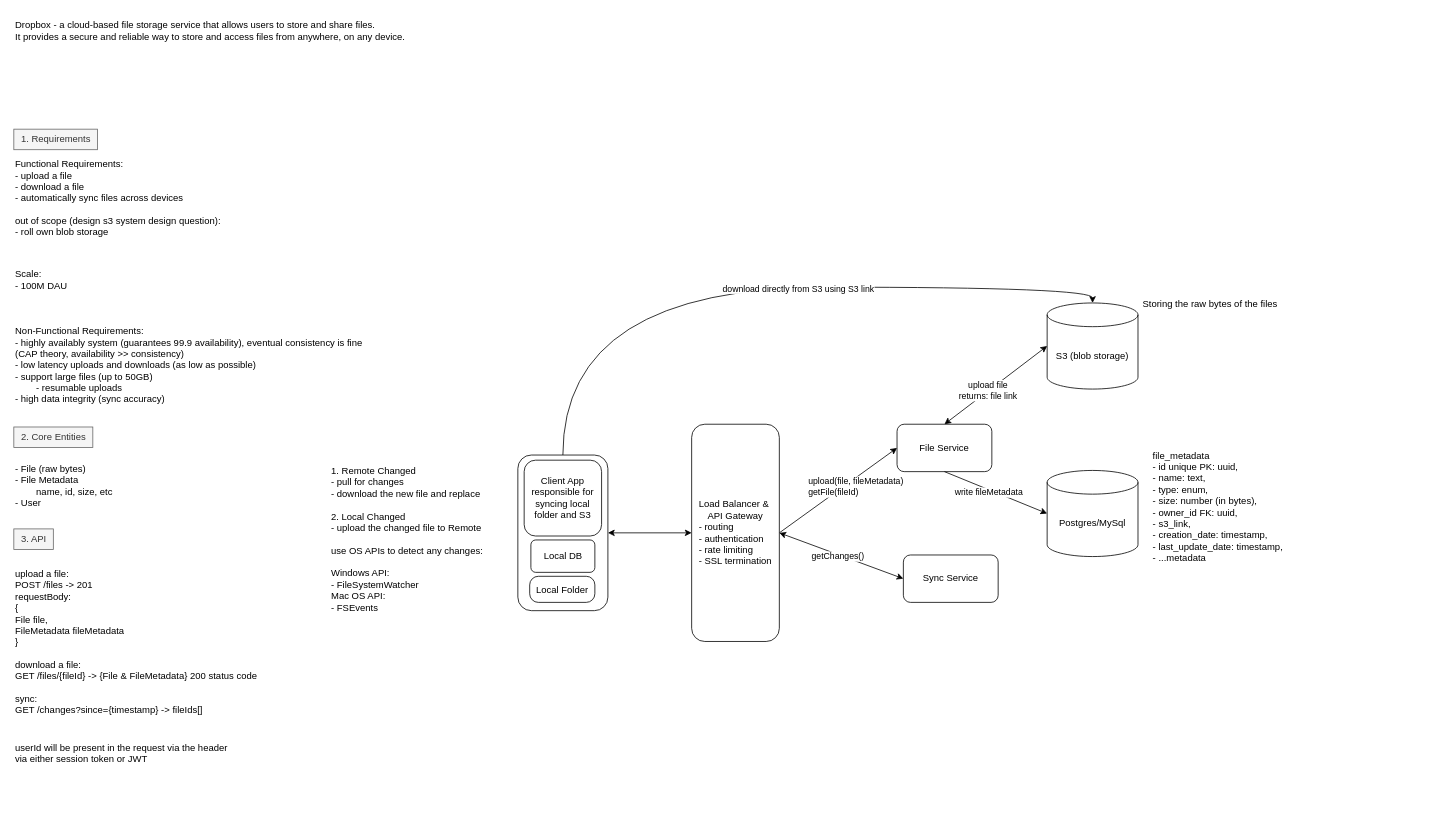
This is page "dropbox" (3 of 3) of system_design.drawio from lacrimae/system_design_practice, a draw.io file, before an edit. Source tidied: cells renumbered, new cells numbered last; positions are measured from the earlier drawing's top-left corner, leaving out a move shared by most shapes. Both pictures are drawn from the tidied source at 79%, with x=0, y=0 at pixel (13, 13).
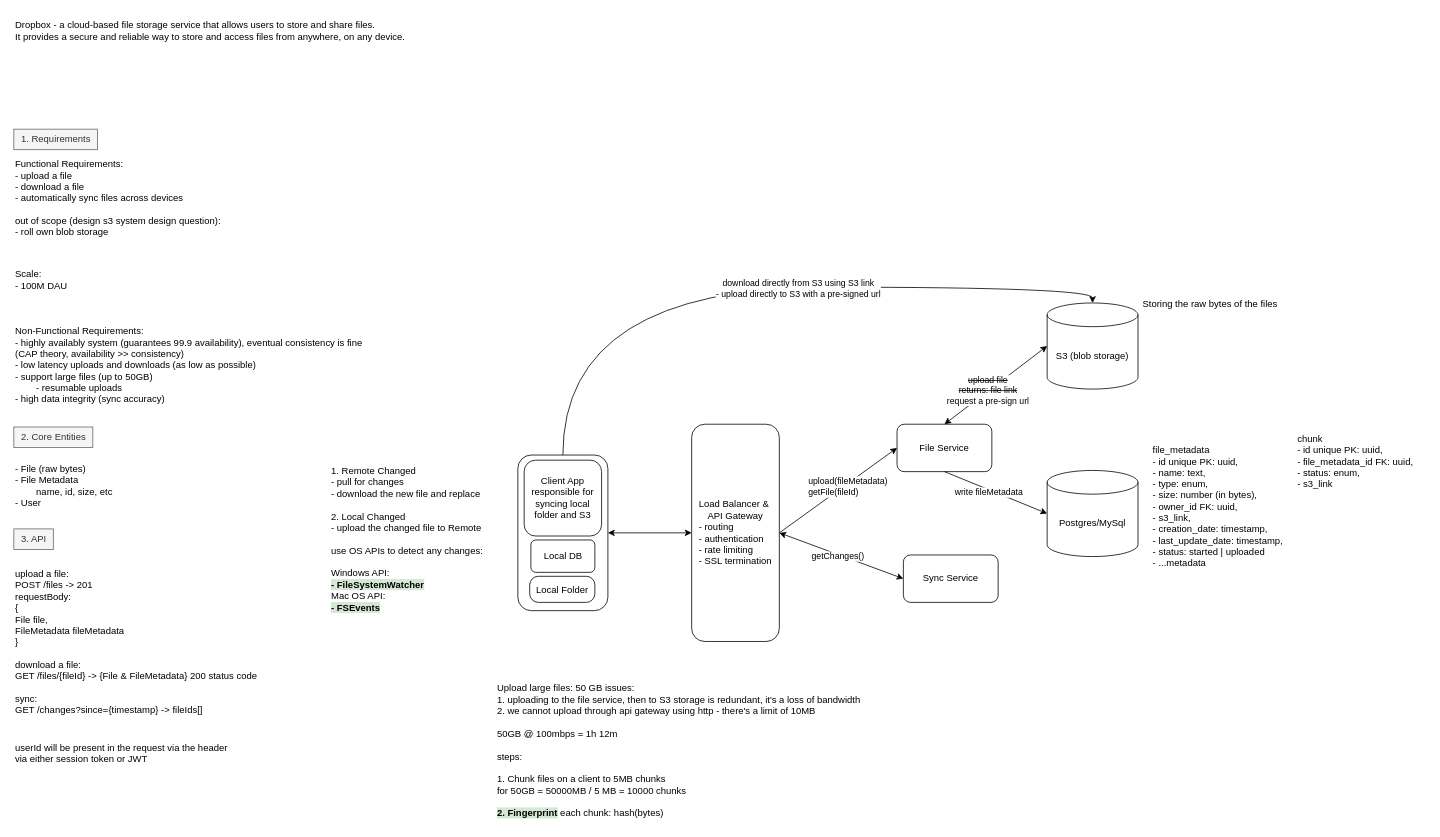
The same page after the edit.

The change refers to these unchanged cells:
```xml
<mxCell id="14" style="edgeStyle=orthogonalEdgeStyle;rounded=0;jettySize=auto;html=1;exitX=0.5;exitY=0;exitDx=0;exitDy=0;entryX=0.5;entryY=0;entryDx=0;entryDy=0;entryPerimeter=0;curved=1;" parent="1" edge="1" source="16" target="22">
  <mxGeometry relative="1" as="geometry" />
</mxCell>
<mxCell id="17" style="rounded=0;jettySize=auto;html=1;exitX=1;exitY=0.5;exitDx=0;exitDy=0;entryX=0;entryY=0.5;entryDx=0;entryDy=0;" parent="1" edge="1" source="21" target="13">
  <mxGeometry relative="1" as="geometry" />
</mxCell>
<mxCell id="24" style="rounded=0;jettySize=auto;html=1;exitX=0.5;exitY=0;exitDx=0;exitDy=0;entryX=0;entryY=0.5;entryDx=0;entryDy=0;entryPerimeter=0;startArrow=classic;startFill=1;" parent="1" edge="1" source="13" target="22">
  <mxGeometry relative="1" as="geometry" />
</mxCell>
```

The edit, as a diff of the source:
```diff
@@
-    <mxCell id="15" value="download directly from S3 using S3 link" style="edgeLabel;html=1;align=center;verticalAlign=middle;" parent="14" vertex="1">
+    <mxCell id="15" value="download directly from S3 using S3 link&lt;div&gt;- upload directly to S3 with a pre-signed url&lt;/div&gt;" style="edgeLabel;html=1;align=center;verticalAlign=middle;" parent="14" vertex="1">
       <mxGeometry x="0.13" y="-1" relative="1" as="geometry" />
     </mxCell>
@@
-    <mxCell id="18" value="upload(file, fileMetadata)&lt;div&gt;getFile(fileId)&lt;/div&gt;" style="edgeLabel;html=1;align=left;verticalAlign=middle;" parent="17" vertex="1">
+    <mxCell id="18" value="upload(fileMetadata)&lt;div&gt;getFile(fileId)&lt;/div&gt;" style="edgeLabel;html=1;align=left;verticalAlign=middle;" parent="17" vertex="1">
       <mxGeometry x="0.03" y="4" relative="1" as="geometry">
         <mxPoint x="-40" as="offset" />
       </mxGeometry>
     </mxCell>
@@
-    <mxCell id="25" value="upload file&lt;div&gt;returns: file link&lt;/div&gt;" style="edgeLabel;html=1;align=center;verticalAlign=middle;" parent="24" vertex="1">
+    <mxCell id="25" value="&lt;strike&gt;upload file&lt;/strike&gt;&lt;div&gt;&lt;strike&gt;returns: file link&lt;/strike&gt;&lt;/div&gt;&lt;div&gt;request a pre-sign url&lt;/div&gt;" style="edgeLabel;html=1;align=center;verticalAlign=middle;" parent="24" vertex="1">
       <mxGeometry x="-0.16" y="1" relative="1" as="geometry" />
     </mxCell>
@@
-    <mxCell id="28" value="file_metadata&lt;div&gt;- id unique PK: uuid,&lt;/div&gt;&lt;div&gt;- name: text,&lt;/div&gt;&lt;div&gt;- type: enum,&lt;/div&gt;&lt;div&gt;- size: number (in bytes),&lt;/div&gt;&lt;div&gt;- owner_id FK: uuid,&lt;/div&gt;&lt;div&gt;- s3_link,&lt;/div&gt;&lt;div&gt;- creation_date: timestamp,&lt;/div&gt;&lt;div&gt;- last_update_date: timestamp,&lt;/div&gt;&lt;div&gt;- ...metadata&lt;/div&gt;" style="text;html=1;align=left;verticalAlign=middle;strokeColor=none;fillColor=none;" parent="1" vertex="1">
-      <mxGeometry x="1440" y="546" width="183" height="156" as="geometry" />
+    <mxCell id="28" value="file_metadata&lt;div&gt;- id unique PK: uuid,&lt;/div&gt;&lt;div&gt;- name: text,&lt;/div&gt;&lt;div&gt;- type: enum,&lt;/div&gt;&lt;div&gt;- size: number (in bytes),&lt;/div&gt;&lt;div&gt;- owner_id FK: uuid,&lt;/div&gt;&lt;div&gt;- s3_link,&lt;/div&gt;&lt;div&gt;- creation_date: timestamp,&lt;/div&gt;&lt;div&gt;- last_update_date: timestamp,&lt;/div&gt;&lt;div&gt;- status: started | uploaded&lt;/div&gt;&lt;div&gt;- ...metadata&lt;/div&gt;" style="text;html=1;align=left;verticalAlign=middle;strokeColor=none;fillColor=none;" parent="1" vertex="1">
+      <mxGeometry x="1440" y="539" width="183" height="170" as="geometry" />
     </mxCell>
@@
-    <mxCell id="32" value="1. Remote Changed&lt;div&gt;- pull for changes&lt;/div&gt;&lt;div&gt;- download the new file and replace&lt;/div&gt;&lt;div&gt;&lt;br&gt;&lt;/div&gt;&lt;div&gt;2. Local Changed&lt;/div&gt;&lt;div&gt;- upload the changed file to Remote&lt;/div&gt;&lt;div&gt;&lt;br&gt;&lt;/div&gt;&lt;div&gt;use OS APIs to detect any changes:&lt;/div&gt;&lt;div&gt;&lt;br&gt;&lt;/div&gt;&lt;div&gt;Windows API:&amp;nbsp;&lt;/div&gt;&lt;div&gt;- FileSystemWatcher&lt;/div&gt;&lt;div&gt;Mac OS API:&lt;/div&gt;&lt;div&gt;- FSEvents&lt;/div&gt;" style="text;html=1;align=left;verticalAlign=middle;strokeColor=none;fillColor=none;" parent="1" vertex="1">
+    <mxCell id="32" value="1. Remote Changed&lt;div&gt;- pull for changes&lt;/div&gt;&lt;div&gt;- download the new file and replace&lt;/div&gt;&lt;div&gt;&lt;br&gt;&lt;/div&gt;&lt;div&gt;2. Local Changed&lt;/div&gt;&lt;div&gt;- upload the changed file to Remote&lt;/div&gt;&lt;div&gt;&lt;br&gt;&lt;/div&gt;&lt;div&gt;&lt;span style=&quot;background-color: light-dark(#ffffff, var(--ge-dark-color, #121212));&quot;&gt;use OS APIs to detect any changes:&lt;/span&gt;&lt;/div&gt;&lt;div&gt;&lt;span style=&quot;background-color: light-dark(#ffffff, var(--ge-dark-color, #121212));&quot;&gt;&lt;br&gt;&lt;/span&gt;&lt;/div&gt;&lt;div&gt;&lt;span style=&quot;background-color: light-dark(#ffffff, var(--ge-dark-color, #121212));&quot;&gt;Windows API:&amp;nbsp;&lt;/span&gt;&lt;/div&gt;&lt;div&gt;&lt;b&gt;&lt;span style=&quot;background-color: rgb(213, 232, 212);&quot;&gt;- &lt;/span&gt;&lt;span style=&quot;background-color: rgb(213, 232, 212);&quot;&gt;FileSystemWatcher&lt;/span&gt;&lt;/b&gt;&lt;/div&gt;&lt;div&gt;&lt;span style=&quot;background-color: light-dark(#ffffff, var(--ge-dark-color, #121212));&quot;&gt;Mac OS API:&lt;/span&gt;&lt;/div&gt;&lt;div&gt;&lt;span style=&quot;background-color: rgb(213, 232, 212);&quot;&gt;&lt;b&gt;- FSEvents&lt;/b&gt;&lt;/span&gt;&lt;/div&gt;" style="text;html=1;align=left;verticalAlign=middle;strokeColor=none;fillColor=none;" parent="1" vertex="1">
       <mxGeometry x="400" y="565" width="210" height="199" as="geometry" />
     </mxCell>
@@
+    <mxCell id="35" value="Upload large files: 50 GB issues:&lt;div&gt;1. uploading to the file service, then to S3 storage is redundant, it's a loss of bandwidth&lt;/div&gt;&lt;div&gt;2. we cannot upload through api gateway using http - there's a limit of 10MB&lt;/div&gt;&lt;div&gt;&lt;br&gt;&lt;/div&gt;&lt;div&gt;50GB @ 100mbps = 1h 12m&lt;/div&gt;&lt;div&gt;&lt;br&gt;&lt;/div&gt;&lt;div&gt;steps:&amp;nbsp;&lt;/div&gt;&lt;div&gt;&lt;br&gt;&lt;/div&gt;&lt;div&gt;1. Chunk files on a client to 5MB chunks&lt;/div&gt;&lt;div&gt;for 50GB = 50000MB / 5 MB = 10000 chunks&lt;/div&gt;&lt;div&gt;&lt;br&gt;&lt;/div&gt;&lt;div&gt;&lt;b style=&quot;background-color: rgb(213, 232, 212);&quot;&gt;2. Fingerprint&lt;/b&gt; each chunk: hash(bytes)&lt;/div&gt;" style="text;html=1;align=left;verticalAlign=middle;strokeColor=none;fillColor=none;" parent="1" vertex="1">
+      <mxGeometry x="610" y="840" width="478" height="185" as="geometry" />
+    </mxCell>
+    <mxCell id="36" value="chunk&lt;div&gt;- id unique PK: uuid,&lt;/div&gt;&lt;div&gt;- file_metadata_id FK: uuid,&lt;/div&gt;&lt;div&gt;- status: enum,&lt;/div&gt;&lt;div&gt;- s3_link&lt;/div&gt;" style="text;html=1;align=left;verticalAlign=middle;strokeColor=none;fillColor=none;" parent="1" vertex="1">
+      <mxGeometry x="1623" y="525" width="165" height="84" as="geometry" />
+    </mxCell>
```
